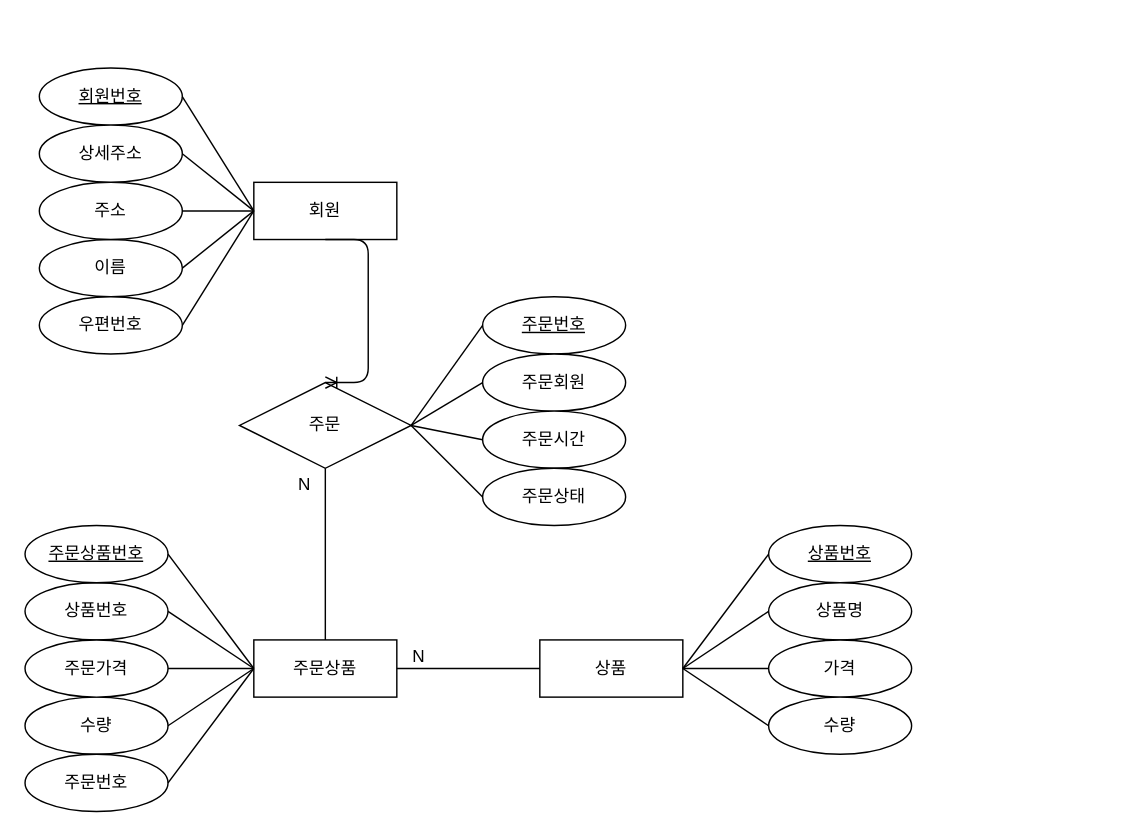
Before: page "개념적설계" (1 of 2) of mart/src/main/java/com/example/mart/erd/mart.drawio in kim-min-chang/springsource, a draw.io diagram. Source tidied: cells renumbered, new cells numbered last; positions are measured from the earlier drawing's top-left corner, leaving out a move shared by most shapes. Both pictures are drawn from the tidied source at 143%, with x=0, y=0 at pixel (24, 67).
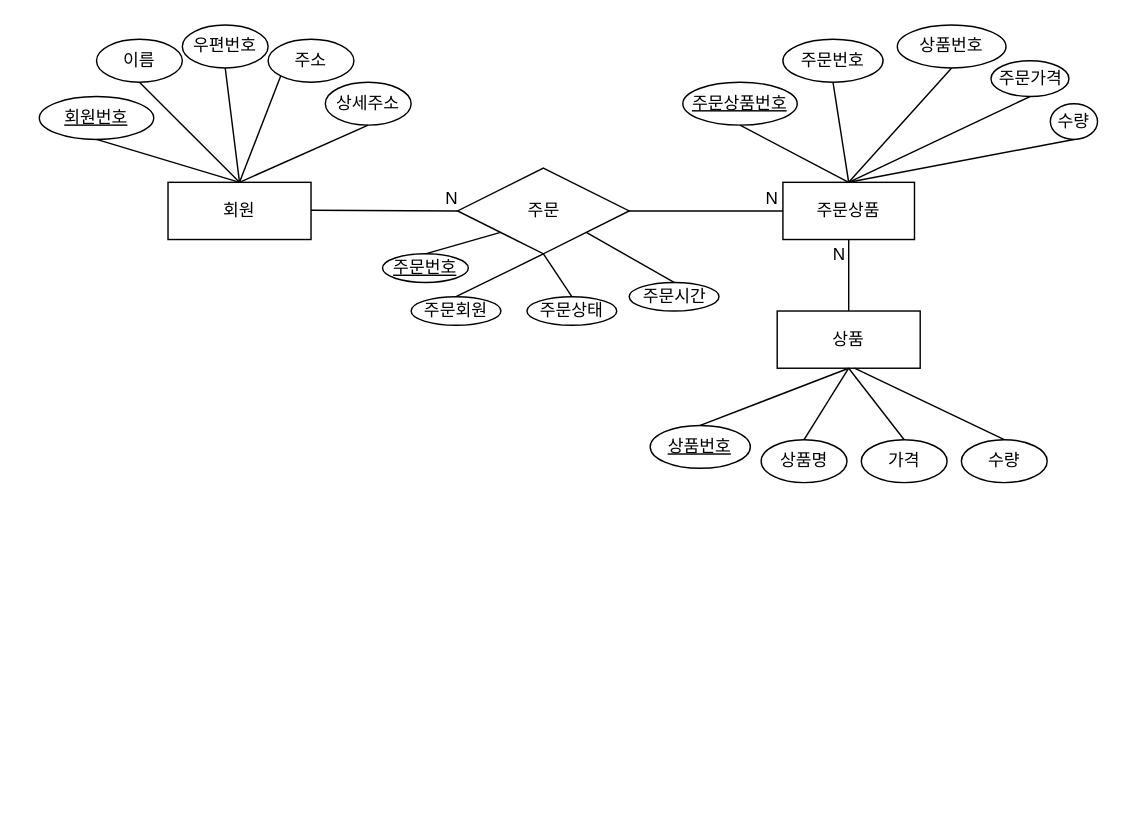
Above is the later version.

Change to the diagram source:
```diff
@@
+    <mxCell id="47" value="회원" style="whiteSpace=wrap;html=1;align=center;" parent="1" vertex="1">
+      <mxGeometry x="100" y="80" width="100" height="40" as="geometry" />
+    </mxCell>
+    <mxCell id="48" value="회원번호" style="ellipse;whiteSpace=wrap;html=1;align=center;fontStyle=4;" parent="1" vertex="1">
+      <mxGeometry x="10" y="20" width="80" height="30" as="geometry" />
+    </mxCell>
+    <mxCell id="49" style="endArrow=none;html=1;rounded=0;exitX=0.5;exitY=1;exitDx=0;exitDy=0;entryX=0.5;entryY=0;entryDx=0;entryDy=0;" parent="1" edge="1" source="48" target="47">
+      <mxGeometry relative="1" as="geometry" />
+    </mxCell>
+    <mxCell id="50" value="이름" style="ellipse;whiteSpace=wrap;html=1;align=center;" parent="1" vertex="1">
+      <mxGeometry x="50" y="-20" width="60" height="30" as="geometry" />
+    </mxCell>
+    <mxCell id="51" value="우편번호" style="ellipse;whiteSpace=wrap;html=1;align=center;" parent="1" vertex="1">
+      <mxGeometry x="110" y="-30" width="60" height="30" as="geometry" />
+    </mxCell>
+    <mxCell id="52" value="주소" style="ellipse;whiteSpace=wrap;html=1;align=center;" parent="1" vertex="1">
+      <mxGeometry x="170" y="-20" width="60" height="30" as="geometry" />
+    </mxCell>
+    <mxCell id="53" value="상세주소" style="ellipse;whiteSpace=wrap;html=1;align=center;" parent="1" vertex="1">
+      <mxGeometry x="210" y="10" width="60" height="30" as="geometry" />
+    </mxCell>
+    <mxCell id="54" style="endArrow=none;html=1;rounded=0;exitX=0.5;exitY=1;exitDx=0;exitDy=0;entryX=0.5;entryY=0;entryDx=0;entryDy=0;" parent="1" edge="1" source="50" target="47">
+      <mxGeometry relative="1" as="geometry" />
+    </mxCell>
+    <mxCell id="55" style="endArrow=none;html=1;rounded=0;exitX=0.5;exitY=1;exitDx=0;exitDy=0;" parent="1" edge="1" source="51">
+      <mxGeometry relative="1" as="geometry">
+        <mxPoint x="150" y="80" as="targetPoint" />
+      </mxGeometry>
+    </mxCell>
+    <mxCell id="56" style="endArrow=none;html=1;rounded=0;exitX=0;exitY=1;exitDx=0;exitDy=0;entryX=0.5;entryY=0;entryDx=0;entryDy=0;" parent="1" edge="1" source="52" target="47">
+      <mxGeometry relative="1" as="geometry" />
+    </mxCell>
-    <mxCell id="2" value="회원" style="whiteSpace=wrap;html=1;align=center;" parent="1" vertex="1">
-      <mxGeometry x="160" y="80" width="100" height="40" as="geometry" />
+    <mxCell id="2" style="endArrow=none;html=1;rounded=0;exitX=0.5;exitY=1;exitDx=0;exitDy=0;" parent="1" edge="1" source="53">
+      <mxGeometry relative="1" as="geometry">
+        <mxPoint x="150" y="80" as="targetPoint" />
+      </mxGeometry>
     </mxCell>
+    <mxCell id="57" value="상품" style="whiteSpace=wrap;html=1;align=center;" parent="1" vertex="1">
+      <mxGeometry x="526" y="170" width="100" height="40" as="geometry" />
+    </mxCell>
-    <mxCell id="3" value="회원번호" style="ellipse;whiteSpace=wrap;html=1;align=center;fontStyle=4;" parent="1" vertex="1">
-      <mxGeometry x="10" width="100" height="40" as="geometry" />
+    <mxCell id="3" value="상품번호" style="ellipse;whiteSpace=wrap;html=1;align=center;fontStyle=4;" parent="1" vertex="1">
+      <mxGeometry x="437.2" y="250" width="70" height="30" as="geometry" />
     </mxCell>
-    <mxCell id="4" value="이름" style="ellipse;whiteSpace=wrap;html=1;align=center;" parent="1" vertex="1">
-      <mxGeometry x="10" y="120" width="100" height="40" as="geometry" />
+    <mxCell id="4" value="상품명" style="ellipse;whiteSpace=wrap;html=1;align=center;" parent="1" vertex="1">
+      <mxGeometry x="514.8" y="260" width="60" height="30" as="geometry" />
     </mxCell>
-    <mxCell id="5" style="endArrow=none;html=1;rounded=0;exitX=1;exitY=0.5;exitDx=0;exitDy=0;entryX=0;entryY=0.5;entryDx=0;entryDy=0;" parent="1" edge="1" source="11" target="2">
-      <mxGeometry relative="1" as="geometry" />
+    <mxCell id="5" value="가격" style="ellipse;whiteSpace=wrap;html=1;align=center;" parent="1" vertex="1">
+      <mxGeometry x="584.8" y="260" width="60" height="30" as="geometry" />
     </mxCell>
-    <mxCell id="6" style="endArrow=none;html=1;rounded=0;entryX=1;entryY=0.5;entryDx=0;entryDy=0;exitX=0;exitY=0.5;exitDx=0;exitDy=0;" parent="1" edge="1" source="2" target="10">
-      <mxGeometry relative="1" as="geometry" />
+    <mxCell id="6" value="수량" style="ellipse;whiteSpace=wrap;html=1;align=center;" parent="1" vertex="1">
+      <mxGeometry x="654.8" y="260" width="60" height="30" as="geometry" />
     </mxCell>
-    <mxCell id="7" style="endArrow=none;html=1;rounded=0;exitX=1;exitY=0.5;exitDx=0;exitDy=0;entryX=0;entryY=0.5;entryDx=0;entryDy=0;" parent="1" edge="1" source="4" target="2">
+    <mxCell id="7" style="endArrow=none;html=1;rounded=0;exitX=0.5;exitY=0;exitDx=0;exitDy=0;entryX=0.5;entryY=1;entryDx=0;entryDy=0;" parent="1" edge="1" source="3" target="57">
       <mxGeometry relative="1" as="geometry" />
     </mxCell>
-    <mxCell id="8" style="endArrow=none;html=1;rounded=0;exitX=0;exitY=0.5;exitDx=0;exitDy=0;entryX=1;entryY=0.5;entryDx=0;entryDy=0;" parent="1" edge="1" source="2" target="9">
+    <mxCell id="8" style="endArrow=none;html=1;rounded=0;exitX=0.5;exitY=1;exitDx=0;exitDy=0;entryX=0.5;entryY=0;entryDx=0;entryDy=0;" parent="1" edge="1" source="57" target="4">
       <mxGeometry relative="1" as="geometry" />
     </mxCell>
-    <mxCell id="9" value="우편번호" style="ellipse;whiteSpace=wrap;html=1;align=center;" parent="1" vertex="1">
-      <mxGeometry x="10" y="160" width="100" height="40" as="geometry" />
+    <mxCell id="9" style="endArrow=none;html=1;rounded=0;exitX=0.5;exitY=0;exitDx=0;exitDy=0;entryX=0.5;entryY=1;entryDx=0;entryDy=0;" parent="1" edge="1" source="5" target="57">
+      <mxGeometry relative="1" as="geometry" />
     </mxCell>
-    <mxCell id="10" value="주소" style="ellipse;whiteSpace=wrap;html=1;align=center;" parent="1" vertex="1">
-      <mxGeometry x="10" y="80" width="100" height="40" as="geometry" />
+    <mxCell id="10" style="endArrow=none;html=1;rounded=0;exitX=0.5;exitY=0;exitDx=0;exitDy=0;" parent="1" edge="1" source="6">
+      <mxGeometry relative="1" as="geometry">
+        <mxPoint x="580" y="210" as="targetPoint" />
+      </mxGeometry>
     </mxCell>
-    <mxCell id="11" value="상세주소" style="ellipse;whiteSpace=wrap;html=1;align=center;" parent="1" vertex="1">
-      <mxGeometry x="10" y="40" width="100" height="40" as="geometry" />
+    <mxCell id="11" value="주문" style="shape=rhombus;perimeter=rhombusPerimeter;whiteSpace=wrap;html=1;align=center;" parent="1" vertex="1">
+      <mxGeometry x="302.5" y="70" width="120" height="60" as="geometry" />
     </mxCell>
-    <mxCell id="12" value="상품" style="whiteSpace=wrap;html=1;align=center;" parent="1" vertex="1">
-      <mxGeometry x="360" y="400" width="100" height="40" as="geometry" />
+    <mxCell id="12" value="주문상품" style="whiteSpace=wrap;html=1;align=center;" parent="1" vertex="1">
+      <mxGeometry x="530" y="80" width="92" height="40" as="geometry" />
     </mxCell>
-    <mxCell id="13" value="상품번호" style="ellipse;whiteSpace=wrap;html=1;align=center;fontStyle=4;" parent="1" vertex="1">
-      <mxGeometry x="520" y="320" width="100" height="40" as="geometry" />
+    <mxCell id="13" value="주문상품번호" style="ellipse;whiteSpace=wrap;html=1;align=center;fontStyle=4;" parent="1" vertex="1">
+      <mxGeometry x="460" y="10" width="80" height="30" as="geometry" />
     </mxCell>
+    <mxCell id="24" value="상품번호" style="ellipse;whiteSpace=wrap;html=1;align=center;" parent="1" vertex="1">
+      <mxGeometry x="610" y="-30" width="76" height="30" as="geometry" />
+    </mxCell>
-    <mxCell id="14" value="상품명" style="ellipse;whiteSpace=wrap;html=1;align=center;" parent="1" vertex="1">
-      <mxGeometry x="520" y="360" width="100" height="40" as="geometry" />
+    <mxCell id="14" value="주문가격" style="ellipse;whiteSpace=wrap;html=1;align=center;" parent="1" vertex="1">
+      <mxGeometry x="675.5" y="-5" width="54.5" height="25" as="geometry" />
     </mxCell>
-    <mxCell id="15" style="endArrow=none;html=1;rounded=0;entryX=0;entryY=0.5;entryDx=0;entryDy=0;exitX=1;exitY=0.5;exitDx=0;exitDy=0;" parent="1" edge="1" source="12" target="13">
-      <mxGeometry relative="1" as="geometry" />
+    <mxCell id="15" value="수량" style="ellipse;whiteSpace=wrap;html=1;align=center;" parent="1" vertex="1">
+      <mxGeometry x="717" y="25" width="33" height="25" as="geometry" />
     </mxCell>
-    <mxCell id="16" style="endArrow=none;html=1;rounded=0;entryX=0;entryY=0.5;entryDx=0;entryDy=0;exitX=1;exitY=0.5;exitDx=0;exitDy=0;" parent="1" edge="1" source="12" target="14">
-      <mxGeometry relative="1" as="geometry" />
+    <mxCell id="16" value="주문번호" style="ellipse;whiteSpace=wrap;html=1;align=center;" parent="1" vertex="1">
+      <mxGeometry x="530" y="-20" width="70" height="30" as="geometry" />
     </mxCell>
-    <mxCell id="17" style="endArrow=none;html=1;rounded=0;entryX=0;entryY=0.5;entryDx=0;entryDy=0;exitX=1;exitY=0.5;exitDx=0;exitDy=0;" parent="1" edge="1" source="12" target="18">
+    <mxCell id="17" style="endArrow=none;html=1;rounded=0;exitX=0.5;exitY=1;exitDx=0;exitDy=0;entryX=0.5;entryY=0;entryDx=0;entryDy=0;" parent="1" edge="1" source="13" target="12">
       <mxGeometry relative="1" as="geometry" />
     </mxCell>
-    <mxCell id="18" value="가격" style="ellipse;whiteSpace=wrap;html=1;align=center;" parent="1" vertex="1">
-      <mxGeometry x="520" y="400" width="100" height="40" as="geometry" />
+    <mxCell id="18" style="endArrow=none;html=1;rounded=0;exitX=0.5;exitY=1;exitDx=0;exitDy=0;entryX=0.5;entryY=0;entryDx=0;entryDy=0;" parent="1" edge="1" source="16" target="12">
+      <mxGeometry relative="1" as="geometry" />
     </mxCell>
-    <mxCell id="19" value="수량" style="ellipse;whiteSpace=wrap;html=1;align=center;" parent="1" vertex="1">
-      <mxGeometry x="520" y="440" width="100" height="40" as="geometry" />
+    <mxCell id="19" style="endArrow=none;html=1;rounded=0;exitX=0.5;exitY=1;exitDx=0;exitDy=0;entryX=0.5;entryY=0;entryDx=0;entryDy=0;" parent="1" edge="1" source="24" target="12">
+      <mxGeometry relative="1" as="geometry" />
     </mxCell>
-    <mxCell id="20" style="endArrow=none;html=1;rounded=0;entryX=0;entryY=0.5;entryDx=0;entryDy=0;exitX=1;exitY=0.5;exitDx=0;exitDy=0;" parent="1" edge="1" source="12" target="19">
+    <mxCell id="20" style="endArrow=none;html=1;rounded=0;exitX=0.5;exitY=1;exitDx=0;exitDy=0;entryX=0.5;entryY=0;entryDx=0;entryDy=0;" parent="1" edge="1" source="14" target="12">
       <mxGeometry relative="1" as="geometry" />
     </mxCell>
-    <mxCell id="21" style="endArrow=none;html=1;rounded=0;exitX=1;exitY=0.5;exitDx=0;exitDy=0;entryX=0;entryY=0.5;entryDx=0;entryDy=0;" parent="1" edge="1" source="3" target="2">
+    <mxCell id="21" style="endArrow=none;html=1;rounded=0;exitX=0.5;exitY=1;exitDx=0;exitDy=0;entryX=0.5;entryY=0;entryDx=0;entryDy=0;" parent="1" edge="1" source="15" target="12">
       <mxGeometry relative="1" as="geometry" />
     </mxCell>
-    <mxCell id="22" value="주문" style="shape=rhombus;perimeter=rhombusPerimeter;whiteSpace=wrap;html=1;align=center;" parent="1" vertex="1">
-      <mxGeometry x="150" y="220" width="120" height="60" as="geometry" />
-    </mxCell>
-    <mxCell id="23" value="주문상품" style="whiteSpace=wrap;html=1;align=center;" parent="1" vertex="1">
-      <mxGeometry x="160" y="400" width="100" height="40" as="geometry" />
-    </mxCell>
-    <mxCell id="24" value="상품번호" style="ellipse;whiteSpace=wrap;html=1;align=center;" parent="1" vertex="1">
-      <mxGeometry y="360" width="100" height="40" as="geometry" />
-    </mxCell>
-    <mxCell id="25" value="주문상품번호" style="ellipse;whiteSpace=wrap;html=1;align=center;fontStyle=4;" parent="1" vertex="1">
-      <mxGeometry y="320" width="100" height="40" as="geometry" />
-    </mxCell>
-    <mxCell id="26" value="수량" style="ellipse;whiteSpace=wrap;html=1;align=center;" parent="1" vertex="1">
-      <mxGeometry y="440" width="100" height="40" as="geometry" />
-    </mxCell>
-    <mxCell id="27" value="주문가격" style="ellipse;whiteSpace=wrap;html=1;align=center;" parent="1" vertex="1">
-      <mxGeometry y="400" width="100" height="40" as="geometry" />
-    </mxCell>
-    <mxCell id="28" style="endArrow=none;html=1;rounded=0;exitX=1;exitY=0.5;exitDx=0;exitDy=0;entryX=0;entryY=0.5;entryDx=0;entryDy=0;" parent="1" edge="1" source="25" target="23">
-      <mxGeometry relative="1" as="geometry" />
-    </mxCell>
-    <mxCell id="29" style="endArrow=none;html=1;rounded=0;exitX=1;exitY=0.5;exitDx=0;exitDy=0;entryX=0;entryY=0.5;entryDx=0;entryDy=0;" parent="1" edge="1" source="24" target="23">
-      <mxGeometry relative="1" as="geometry" />
-    </mxCell>
-    <mxCell id="30" style="endArrow=none;html=1;rounded=0;exitX=1;exitY=0.5;exitDx=0;exitDy=0;entryX=0;entryY=0.5;entryDx=0;entryDy=0;" parent="1" edge="1" source="27" target="23">
-      <mxGeometry relative="1" as="geometry" />
-    </mxCell>
-    <mxCell id="31" style="endArrow=none;html=1;rounded=0;exitX=1;exitY=0.5;exitDx=0;exitDy=0;entryX=0;entryY=0.5;entryDx=0;entryDy=0;" parent="1" edge="1" source="26" target="23">
-      <mxGeometry relative="1" as="geometry" />
-    </mxCell>
-    <mxCell id="32" value="주문번호" style="ellipse;whiteSpace=wrap;html=1;align=center;" parent="1" vertex="1">
-      <mxGeometry y="480" width="100" height="40" as="geometry" />
-    </mxCell>
-    <mxCell id="33" style="endArrow=none;html=1;rounded=0;exitX=1;exitY=0.5;exitDx=0;exitDy=0;entryX=0;entryY=0.5;entryDx=0;entryDy=0;" parent="1" edge="1" source="32" target="23">
-      <mxGeometry relative="1" as="geometry" />
-    </mxCell>
-    <mxCell id="34" style="edgeStyle=entityRelationEdgeStyle;fontSize=12;html=1;endArrow=ERoneToMany;exitX=0.5;exitY=1;exitDx=0;exitDy=0;entryX=0.5;entryY=0;entryDx=0;entryDy=0;" parent="1" edge="1" source="2" target="22">
-      <mxGeometry relative="1" as="geometry" />
-    </mxCell>
-    <mxCell id="35" style="endArrow=none;html=1;rounded=0;exitX=0.5;exitY=0;exitDx=0;exitDy=0;entryX=0.5;entryY=1;entryDx=0;entryDy=0;" parent="1" edge="1" source="23" target="22">
-      <mxGeometry relative="1" as="geometry" />
-    </mxCell>
-    <mxCell id="36" value="N" style="html=1;align=right;verticalAlign=bottom;" parent="35" vertex="1">
-      <mxGeometry x="1" relative="1" as="geometry">
-        <mxPoint x="-10" y="20" as="offset" />
-      </mxGeometry>
+    <mxCell id="36" style="endArrow=none;html=1;rounded=0;exitX=1;exitY=0.5;exitDx=0;exitDy=0;entryX=0;entryY=0.5;entryDx=0;entryDy=0;" parent="1" edge="1" source="11" target="12">
+      <mxGeometry relative="1" as="geometry" />
     </mxCell>
-    <mxCell id="37" style="endArrow=none;html=1;rounded=0;exitX=0;exitY=0.5;exitDx=0;exitDy=0;entryX=1;entryY=0.5;entryDx=0;entryDy=0;" parent="1" edge="1" source="12" target="23">
-      <mxGeometry relative="1" as="geometry" />
+    <mxCell id="37" value="N" style="html=1;align=right;verticalAlign=bottom;" parent="36" vertex="1">
+      <mxGeometry x="1" relative="1" as="geometry">
+        <mxPoint x="-4" as="offset" />
+      </mxGeometry>
     </mxCell>
-    <mxCell id="38" value="N" style="html=1;align=right;verticalAlign=bottom;" parent="37" vertex="1">
-      <mxGeometry x="1" relative="1" as="geometry">
-        <mxPoint x="20" as="offset" />
-      </mxGeometry>
+    <mxCell id="38" style="endArrow=none;html=1;rounded=0;exitX=0.5;exitY=0;exitDx=0;exitDy=0;entryX=0.5;entryY=1;entryDx=0;entryDy=0;" parent="1" edge="1" source="57" target="12">
+      <mxGeometry relative="1" as="geometry" />
     </mxCell>
-    <mxCell id="39" value="주문번호" style="ellipse;whiteSpace=wrap;html=1;align=center;fontStyle=4;" parent="1" vertex="1">
-      <mxGeometry x="320" y="160" width="100" height="40" as="geometry" />
+    <mxCell id="39" value="N" style="html=1;align=right;verticalAlign=bottom;" parent="38" vertex="1">
+      <mxGeometry x="1" relative="1" as="geometry">
+        <mxPoint x="-2" y="19" as="offset" />
+      </mxGeometry>
     </mxCell>
-    <mxCell id="40" value="주문회원" style="ellipse;whiteSpace=wrap;html=1;align=center;" parent="1" vertex="1">
-      <mxGeometry x="320" y="200" width="100" height="40" as="geometry" />
+    <mxCell id="40" style="endArrow=none;html=1;rounded=0;entryX=0;entryY=0.5;entryDx=0;entryDy=0;" parent="1" edge="1" target="11">
+      <mxGeometry relative="1" as="geometry">
+        <mxPoint x="200" y="99.5" as="sourcePoint" />
+      </mxGeometry>
     </mxCell>
-    <mxCell id="41" value="주문시간" style="ellipse;whiteSpace=wrap;html=1;align=center;" parent="1" vertex="1">
-      <mxGeometry x="320" y="240" width="100" height="40" as="geometry" />
+    <mxCell id="41" value="N" style="html=1;align=right;verticalAlign=bottom;" parent="40" vertex="1">
+      <mxGeometry x="1" relative="1" as="geometry" />
     </mxCell>
-    <mxCell id="42" value="주문상태" style="ellipse;whiteSpace=wrap;html=1;align=center;" parent="1" vertex="1">
-      <mxGeometry x="320" y="280" width="100" height="40" as="geometry" />
-    </mxCell>
-    <mxCell id="43" style="endArrow=none;html=1;rounded=0;entryX=0;entryY=0.5;entryDx=0;entryDy=0;exitX=1;exitY=0.5;exitDx=0;exitDy=0;" parent="1" edge="1" source="22" target="39">
-      <mxGeometry relative="1" as="geometry" />
-    </mxCell>
-    <mxCell id="44" style="endArrow=none;html=1;rounded=0;entryX=0;entryY=0.5;entryDx=0;entryDy=0;exitX=1;exitY=0.5;exitDx=0;exitDy=0;" parent="1" edge="1" source="22" target="40">
-      <mxGeometry relative="1" as="geometry" />
+    <mxCell id="44" value="주문번호" style="ellipse;whiteSpace=wrap;html=1;align=center;fontStyle=4;" parent="1" vertex="1">
+      <mxGeometry x="250" y="130" width="60" height="20" as="geometry" />
     </mxCell>
-    <mxCell id="45" style="endArrow=none;html=1;rounded=0;entryX=0;entryY=0.5;entryDx=0;entryDy=0;exitX=1;exitY=0.5;exitDx=0;exitDy=0;" parent="1" edge="1" source="22" target="41">
-      <mxGeometry relative="1" as="geometry" />
+    <mxCell id="45" value="주문회원" style="ellipse;whiteSpace=wrap;html=1;align=center;" parent="1" vertex="1">
+      <mxGeometry x="270" y="160" width="62.8" height="20" as="geometry" />
     </mxCell>
-    <mxCell id="46" style="endArrow=none;html=1;rounded=0;entryX=0;entryY=0.5;entryDx=0;entryDy=0;exitX=1;exitY=0.5;exitDx=0;exitDy=0;" parent="1" edge="1" source="22" target="42">
-      <mxGeometry relative="1" as="geometry" />
+    <mxCell id="46" value="주문시간" style="ellipse;whiteSpace=wrap;html=1;align=center;" parent="1" vertex="1">
+      <mxGeometry x="422.5" y="150" width="62.8" height="20" as="geometry" />
     </mxCell>
+    <mxCell id="42" value="주문상태" style="ellipse;whiteSpace=wrap;html=1;align=center;" parent="1" vertex="1">
+      <mxGeometry x="351" y="160" width="62.8" height="20" as="geometry" />
+    </mxCell>
+    <mxCell id="58" style="endArrow=none;html=1;rounded=0;exitX=0.5;exitY=0;exitDx=0;exitDy=0;entryX=0;entryY=1;entryDx=0;entryDy=0;" parent="1" edge="1" source="44" target="11">
+      <mxGeometry relative="1" as="geometry" />
+    </mxCell>
+    <mxCell id="59" style="endArrow=none;html=1;rounded=0;exitX=0.5;exitY=0;exitDx=0;exitDy=0;entryX=0.5;entryY=1;entryDx=0;entryDy=0;" parent="1" edge="1" source="45" target="11">
+      <mxGeometry relative="1" as="geometry" />
+    </mxCell>
+    <mxCell id="60" style="endArrow=none;html=1;rounded=0;exitX=0.5;exitY=0;exitDx=0;exitDy=0;entryX=1;entryY=1;entryDx=0;entryDy=0;" parent="1" edge="1" source="46" target="11">
+      <mxGeometry relative="1" as="geometry" />
+    </mxCell>
+    <mxCell id="61" style="endArrow=none;html=1;rounded=0;exitX=0.5;exitY=0;exitDx=0;exitDy=0;entryX=0.5;entryY=1;entryDx=0;entryDy=0;" parent="1" edge="1" source="42" target="11">
+      <mxGeometry relative="1" as="geometry" />
+    </mxCell>
```
